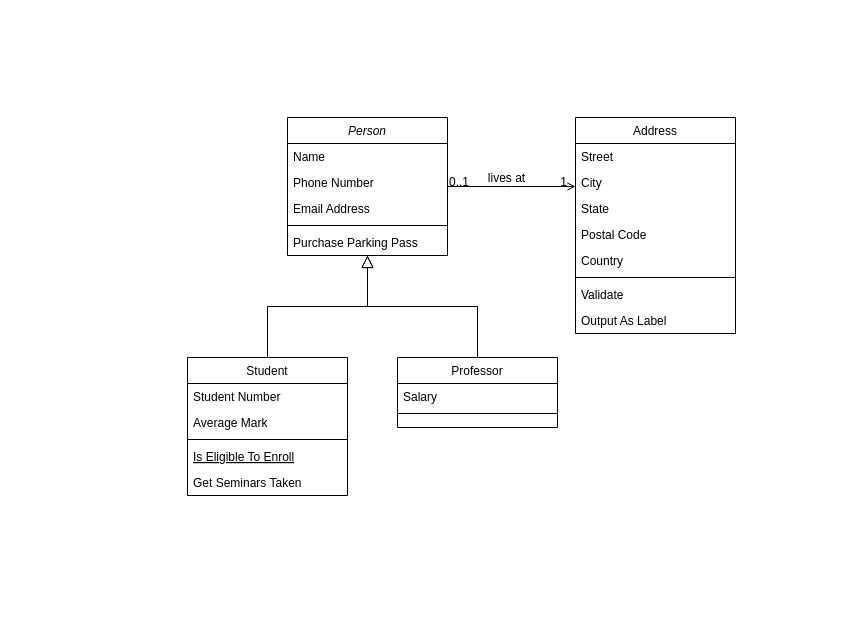
Above: Untitled Diagram.drawio in TanyaFreebie/MathematicalConstant (draw.io), before the change. Source tidied: cells renumbered, new cells numbered last; positions are measured from the earlier drawing's top-left corner, leaving out a move shared by most shapes. Both pictures are drawn from the tidied source at 100%, with x=0, y=0 at pixel (187, 117).
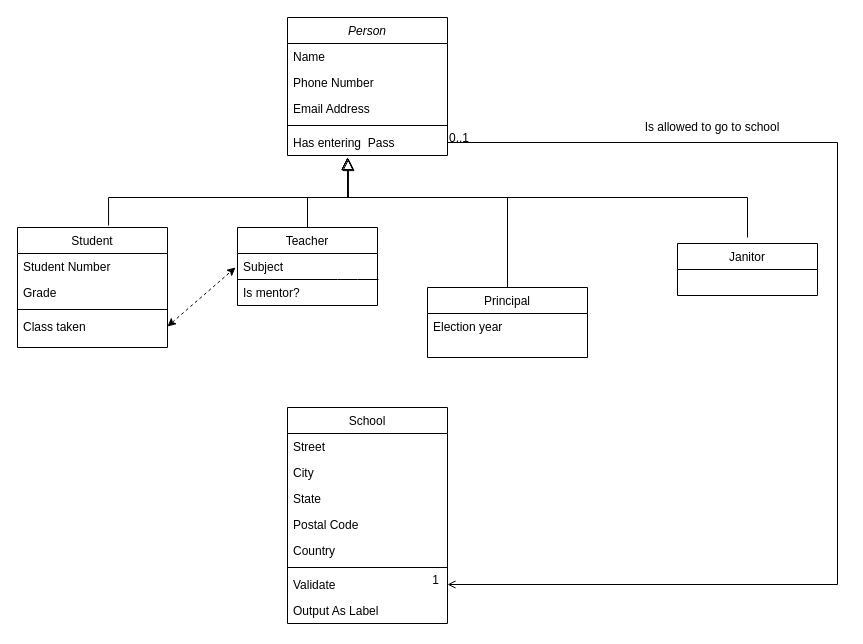
After the change.

The change refers to these unchanged cells:
```xml
<mxCell id="26" value="Validate" style="text;align=left;verticalAlign=top;spacingLeft=4;spacingRight=4;overflow=hidden;points=[[0,0.5],[1,0.5]];portConstraint=eastwest;" parent="19" vertex="1">
  <mxGeometry y="164" width="160" height="26" as="geometry" />
</mxCell>
```

The edit, as a diff of the source:
```diff
@@
     <mxCell id="2" value="Person" style="swimlane;fontStyle=2;align=center;verticalAlign=top;horizontal=1;startSize=26;rounded=0;shadow=0;strokeWidth=1;" parent="1" vertex="1">
-      <mxGeometry x="100" width="160" height="138" as="geometry" />
+      <mxGeometry x="100" y="-100" width="160" height="138" as="geometry" />
     </mxCell>
@@
-    <mxCell id="7" value="Purchase Parking Pass" style="text;align=left;verticalAlign=top;spacingLeft=4;spacingRight=4;overflow=hidden;points=[[0,0.5],[1,0.5]];portConstraint=eastwest;" parent="2" vertex="1">
+    <mxCell id="7" value="Has entering  Pass" style="text;align=left;verticalAlign=top;spacingLeft=4;spacingRight=4;overflow=hidden;points=[[0,0.5],[1,0.5]];portConstraint=eastwest;" parent="2" vertex="1">
       <mxGeometry y="112" width="160" height="26" as="geometry" />
     </mxCell>
     <mxCell id="8" value="Student" style="swimlane;fontStyle=0;align=center;verticalAlign=top;horizontal=1;startSize=26;rounded=0;shadow=0;strokeWidth=1;" parent="1" vertex="1">
-      <mxGeometry y="240" width="160" height="138" as="geometry" />
+      <mxGeometry x="-170" y="110" width="150" height="120" as="geometry" />
     </mxCell>
     <mxCell id="9" value="Student Number" style="text;align=left;verticalAlign=top;spacingLeft=4;spacingRight=4;overflow=hidden;" parent="8" vertex="1">
-      <mxGeometry y="26" width="160" height="26" as="geometry" />
+      <mxGeometry y="26" width="150" height="26" as="geometry" />
     </mxCell>
-    <mxCell id="10" value="Average Mark" style="text;align=left;verticalAlign=top;spacingLeft=4;spacingRight=4;overflow=hidden;rounded=0;shadow=0;html=0;" parent="8" vertex="1">
-      <mxGeometry y="52" width="160" height="26" as="geometry" />
+    <mxCell id="10" value="Grade&#10;" style="text;align=left;verticalAlign=top;spacingLeft=4;spacingRight=4;overflow=hidden;rounded=0;shadow=0;html=0;" parent="8" vertex="1">
+      <mxGeometry y="52" width="150" height="26" as="geometry" />
     </mxCell>
     <mxCell id="11" style="line;html=1;strokeWidth=1;align=left;verticalAlign=middle;spacingTop=-1;spacingLeft=3;spacingRight=3;labelPosition=right;" parent="8" vertex="1">
-      <mxGeometry y="78" width="160" height="8" as="geometry" />
+      <mxGeometry y="78" width="150" height="8" as="geometry" />
     </mxCell>
-    <mxCell id="12" value="Is Eligible To Enroll" style="text;align=left;verticalAlign=top;spacingLeft=4;spacingRight=4;overflow=hidden;fontStyle=4;" parent="8" vertex="1">
-      <mxGeometry y="86" width="160" height="26" as="geometry" />
-    </mxCell>
-    <mxCell id="13" value="Get Seminars Taken" style="text;align=left;verticalAlign=top;spacingLeft=4;spacingRight=4;overflow=hidden;points=[[0,0.5],[1,0.5]];portConstraint=eastwest;" parent="8" vertex="1">
-      <mxGeometry y="112" width="160" height="26" as="geometry" />
+    <mxCell id="13" value="Class taken" style="text;align=left;verticalAlign=top;spacingLeft=4;spacingRight=4;overflow=hidden;points=[[0,0.5],[1,0.5]];portConstraint=eastwest;" parent="8" vertex="1">
+      <mxGeometry y="86" width="150" height="26" as="geometry" />
     </mxCell>
-    <mxCell id="14" style="endArrow=block;endSize=10;endFill=0;shadow=0;strokeWidth=1;rounded=0;edgeStyle=elbowEdgeStyle;elbow=vertical;" parent="1" edge="1" source="8" target="2">
-      <mxGeometry relative="1" as="geometry" />
+    <mxCell id="14" style="endArrow=block;endSize=10;endFill=0;shadow=0;strokeWidth=1;rounded=0;edgeStyle=elbowEdgeStyle;elbow=vertical;exitX=0.607;exitY=-0.017;exitDx=0;exitDy=0;exitPerimeter=0;" parent="1" edge="1" source="8">
+      <mxGeometry relative="1" as="geometry">
+        <mxPoint x="160" y="40" as="targetPoint" />
+        <Array as="points">
+          <mxPoint x="-20" y="80" />
+          <mxPoint x="-20" y="90" />
+          <mxPoint x="40" y="80" />
+        </Array>
+      </mxGeometry>
     </mxCell>
-    <mxCell id="15" value="Professor" style="swimlane;fontStyle=0;align=center;verticalAlign=top;horizontal=1;startSize=26;rounded=0;shadow=0;strokeWidth=1;" parent="1" vertex="1">
-      <mxGeometry x="210" y="240" width="160" height="70" as="geometry" />
+    <mxCell id="15" value="Principal" style="swimlane;fontStyle=0;align=center;verticalAlign=top;horizontal=1;startSize=26;rounded=0;shadow=0;strokeWidth=1;" parent="1" vertex="1">
+      <mxGeometry x="240" y="170" width="160" height="70" as="geometry" />
     </mxCell>
-    <mxCell id="16" value="Salary" style="text;align=left;verticalAlign=top;spacingLeft=4;spacingRight=4;overflow=hidden;" parent="15" vertex="1">
+    <mxCell id="16" value="Election year" style="text;align=left;verticalAlign=top;spacingLeft=4;spacingRight=4;overflow=hidden;" parent="15" vertex="1">
       <mxGeometry y="26" width="160" height="26" as="geometry" />
     </mxCell>
-    <mxCell id="17" style="line;html=1;strokeWidth=1;align=left;verticalAlign=middle;spacingTop=-1;spacingLeft=3;spacingRight=3;labelPosition=right;" parent="15" vertex="1">
-      <mxGeometry y="52" width="160" height="8" as="geometry" />
-    </mxCell>
-    <mxCell id="18" style="endArrow=block;endSize=10;endFill=0;shadow=0;strokeWidth=1;rounded=0;edgeStyle=elbowEdgeStyle;elbow=vertical;" parent="1" edge="1" source="15" target="2">
-      <mxGeometry relative="1" as="geometry" />
+    <mxCell id="18" style="endArrow=block;endSize=10;endFill=0;shadow=0;strokeWidth=1;rounded=0;edgeStyle=elbowEdgeStyle;elbow=vertical;exitX=0.5;exitY=0;exitDx=0;exitDy=0;" parent="1" edge="1" source="15">
+      <mxGeometry relative="1" as="geometry">
+        <mxPoint x="160" y="40" as="targetPoint" />
+        <Array as="points">
+          <mxPoint x="270" y="80" />
+        </Array>
+      </mxGeometry>
     </mxCell>
-    <mxCell id="19" value="Address" style="swimlane;fontStyle=0;align=center;verticalAlign=top;horizontal=1;startSize=26;rounded=0;shadow=0;strokeWidth=1;" parent="1" vertex="1">
-      <mxGeometry x="388" width="160" height="216" as="geometry" />
+    <mxCell id="19" value="School" style="swimlane;fontStyle=0;align=center;verticalAlign=top;horizontal=1;startSize=26;rounded=0;shadow=0;strokeWidth=1;" parent="1" vertex="1">
+      <mxGeometry x="100" y="290" width="160" height="216" as="geometry" />
     </mxCell>
@@
-    <mxCell id="28" style="endArrow=open;shadow=0;strokeWidth=1;rounded=0;endFill=1;edgeStyle=elbowEdgeStyle;elbow=vertical;" parent="1" edge="1" source="2" target="19">
+    <mxCell id="28" style="endArrow=open;shadow=0;strokeWidth=1;rounded=0;endFill=1;edgeStyle=elbowEdgeStyle;elbow=vertical;exitX=1;exitY=0.5;exitDx=0;exitDy=0;entryX=1;entryY=0.5;entryDx=0;entryDy=0;" parent="1" edge="1" source="7" target="26">
       <mxGeometry x="0.5" y="41" relative="1" as="geometry">
+        <Array as="points">
+          <mxPoint x="650" y="200" />
+          <mxPoint x="670" y="300" />
+        </Array>
         <mxPoint x="-40" y="32" as="offset" />
       </mxGeometry>
     </mxCell>
@@
-    <mxCell id="31" value="lives at" style="text;html=1;align=center;verticalAlign=middle;labelBackgroundColor=none;rounded=0;shadow=0;strokeWidth=1;fontSize=12;" parent="28" vertex="1">
-      <mxGeometry x="0.5" y="49" relative="1" as="geometry">
-        <mxPoint x="-38" y="40" as="offset" />
-      </mxGeometry>
-    </mxCell>
+    <mxCell id="32" value="Janitor" style="swimlane;fontStyle=0;horizontal=1;startSize=26;" parent="1" vertex="1">
+      <mxGeometry x="490" y="126" width="140" height="52" as="geometry" />
+    </mxCell>
+    <mxCell id="33" value="Teacher" style="swimlane;fontStyle=0;horizontal=1;startSize=26;" parent="1" vertex="1">
+      <mxGeometry x="50" y="110" width="140" height="78" as="geometry" />
+    </mxCell>
+    <mxCell id="34" value="Subject" style="text;strokeColor=none;fillColor=none;align=left;verticalAlign=top;spacingLeft=4;spacingRight=4;overflow=hidden;points=[[0,0.5],[1,0.5]];portConstraint=eastwest;" parent="33" vertex="1">
+      <mxGeometry y="26" width="140" height="26" as="geometry" />
+    </mxCell>
+    <mxCell id="35" style="endArrow=none;html=1;exitX=1.007;exitY=1;exitDx=0;exitDy=0;exitPerimeter=0;" parent="33" edge="1" source="34">
+      <mxGeometry relative="1" as="geometry">
+        <mxPoint y="52" as="targetPoint" />
+        <Array as="points">
+          <mxPoint x="110" y="52" />
+        </Array>
+      </mxGeometry>
+    </mxCell>
+    <mxCell id="36" value="Is mentor?" style="text;strokeColor=none;fillColor=none;align=left;verticalAlign=top;spacingLeft=4;spacingRight=4;overflow=hidden;" parent="33" vertex="1">
+      <mxGeometry y="52" width="140" height="26" as="geometry" />
+    </mxCell>
+    <mxCell id="37" style="endArrow=block;endSize=10;endFill=0;shadow=0;strokeWidth=1;rounded=0;edgeStyle=elbowEdgeStyle;elbow=vertical;entryX=0.381;entryY=1.115;entryDx=0;entryDy=0;entryPerimeter=0;" parent="1" edge="1" target="7">
+      <mxGeometry relative="1" as="geometry">
+        <mxPoint x="560" y="120" as="sourcePoint" />
+        <Array as="points">
+          <mxPoint x="220" y="80" />
+          <mxPoint x="420" y="80" />
+          <mxPoint x="180" y="60" />
+          <mxPoint x="450" y="80" />
+          <mxPoint x="190" y="250" />
+        </Array>
+      </mxGeometry>
+    </mxCell>
+    <mxCell id="38" style="endArrow=block;endSize=10;endFill=0;shadow=0;strokeWidth=1;rounded=0;edgeStyle=elbowEdgeStyle;elbow=vertical;exitX=0.5;exitY=0;exitDx=0;exitDy=0;" parent="1" edge="1" source="33">
+      <mxGeometry relative="1" as="geometry">
+        <mxPoint x="160" y="40" as="targetPoint" />
+        <Array as="points">
+          <mxPoint x="140" y="80" />
+        </Array>
+      </mxGeometry>
+    </mxCell>
+    <mxCell id="39" style="html=1;labelBackgroundColor=#ffffff;startArrow=classic;startFill=1;startSize=6;endArrow=classic;endFill=1;endSize=6;jettySize=auto;strokeWidth=1;dashed=1;fontSize=14;exitX=1;exitY=0.5;exitDx=0;exitDy=0;" parent="1" edge="1" source="13">
+      <mxGeometry relative="1" as="geometry">
+        <mxPoint x="48" y="150" as="targetPoint" />
+      </mxGeometry>
+    </mxCell>
+    <mxCell id="40" value="Is allowed to go to school" style="text;html=1;strokeColor=none;fillColor=none;align=center;verticalAlign=middle;whiteSpace=wrap;overflow=hidden;" parent="1" vertex="1">
+      <mxGeometry x="420" width="210" height="20" as="geometry" />
+    </mxCell>
```
